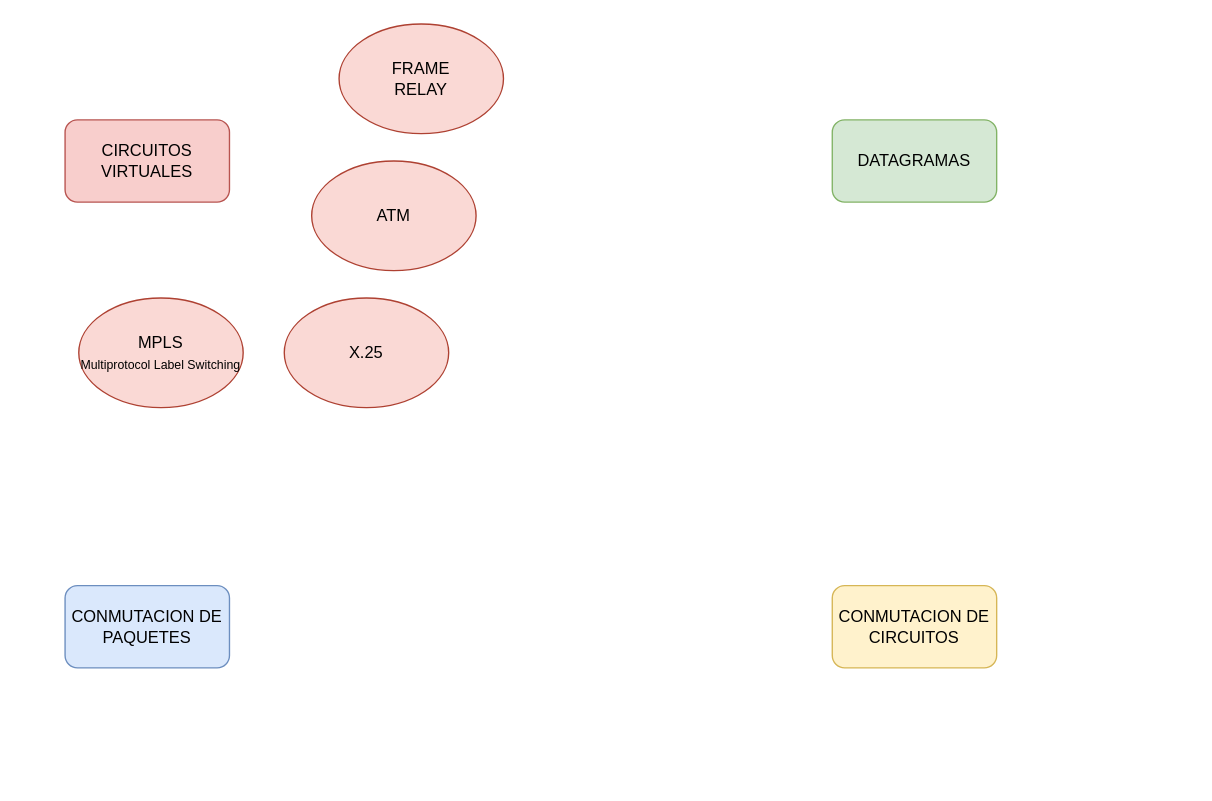
Before: Mapa_Metodosenvio.drawio in mys-josh/DIAGRAMs, a draw.io diagram. Source tidied: cells renumbered, new cells numbered last; positions are measured from the earlier drawing's top-left corner, leaving out a move shared by most shapes. Both pictures are drawn from the tidied source at 137%, with x=0, y=0 at pixel (64, 23).
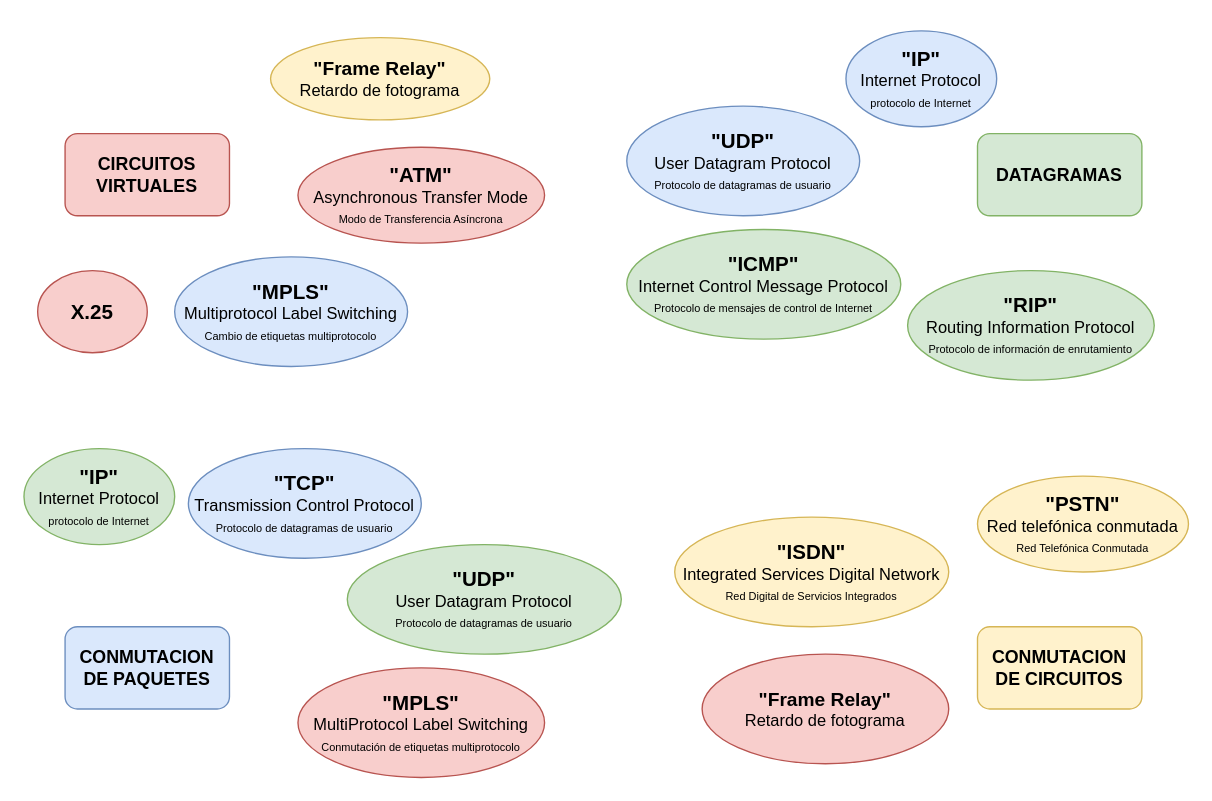
The same page after the edit.

What changed in the source:
```diff
@@
-    <mxCell id="2" value="DATAGRAMAS" style="rounded=1;whiteSpace=wrap;html=1;fillColor=#d5e8d4;strokeColor=#82b366;" parent="1" vertex="1">
-      <mxGeometry x="560" y="70" width="120" height="60" as="geometry" />
+    <mxCell id="2" value="DATAGRAMAS" style="rounded=1;whiteSpace=wrap;html=1;fillColor=#d5e8d4;strokeColor=#82b366;fontStyle=1;fontSize=13;" parent="1" vertex="1">
+      <mxGeometry x="666" y="80" width="120" height="60" as="geometry" />
     </mxCell>
-    <mxCell id="3" value="CIRCUITOS VIRTUALES" style="rounded=1;whiteSpace=wrap;html=1;fillColor=#f8cecc;strokeColor=#b85450;" parent="1" vertex="1">
-      <mxGeometry y="70" width="120" height="60" as="geometry" />
+    <mxCell id="3" value="CIRCUITOS VIRTUALES" style="rounded=1;whiteSpace=wrap;html=1;fillColor=#f8cecc;strokeColor=#b85450;fontStyle=1;fontSize=13;" parent="1" vertex="1">
+      <mxGeometry y="80" width="120" height="60" as="geometry" />
     </mxCell>
-    <mxCell id="4" value="CONMUTACION DE PAQUETES" style="rounded=1;whiteSpace=wrap;html=1;fillColor=#dae8fc;strokeColor=#6c8ebf;" parent="1" vertex="1">
-      <mxGeometry y="410" width="120" height="60" as="geometry" />
+    <mxCell id="4" value="CONMUTACION DE PAQUETES" style="rounded=1;whiteSpace=wrap;html=1;fillColor=#dae8fc;strokeColor=#6c8ebf;fontStyle=1;fontSize=13;" parent="1" vertex="1">
+      <mxGeometry y="440" width="120" height="60" as="geometry" />
     </mxCell>
-    <mxCell id="5" value="CONMUTACION DE CIRCUITOS" style="rounded=1;whiteSpace=wrap;html=1;fillColor=#fff2cc;strokeColor=#d6b656;" parent="1" vertex="1">
-      <mxGeometry x="560" y="410" width="120" height="60" as="geometry" />
+    <mxCell id="5" value="CONMUTACION DE CIRCUITOS" style="rounded=1;whiteSpace=wrap;html=1;fillColor=#fff2cc;strokeColor=#d6b656;fontStyle=1;fontSize=13;" parent="1" vertex="1">
+      <mxGeometry x="666" y="440" width="120" height="60" as="geometry" />
     </mxCell>
-    <mxCell id="6" value="FRAME&lt;br&gt;RELAY" style="ellipse;whiteSpace=wrap;html=1;fillColor=#fad9d5;strokeColor=#ae4132;" parent="1" vertex="1">
-      <mxGeometry x="200" width="120" height="80" as="geometry" />
+    <mxCell id="6" value="&lt;font style=&quot;border-color: var(--border-color); font-size: 14px;&quot;&gt;&lt;b&gt;&quot;Frame Relay&quot;&lt;/b&gt;&lt;/font&gt;&lt;br style=&quot;border-color: var(--border-color);&quot;&gt;&lt;font style=&quot;border-color: var(--border-color);&quot;&gt;Retardo de fotograma&lt;/font&gt;" style="ellipse;whiteSpace=wrap;html=1;fillColor=#fff2cc;strokeColor=#d6b656;" parent="1" vertex="1">
+      <mxGeometry x="150" y="10" width="160" height="60" as="geometry" />
     </mxCell>
-    <mxCell id="7" value="ATM" style="ellipse;whiteSpace=wrap;html=1;fillColor=#fad9d5;strokeColor=#ae4132;" parent="1" vertex="1">
-      <mxGeometry x="180" y="100" width="120" height="80" as="geometry" />
+    <mxCell id="7" value="&lt;font style=&quot;font-size: 15px;&quot;&gt;&lt;b&gt;&quot;ATM&quot;&lt;/b&gt;&lt;br&gt;&lt;/font&gt;Asynchronous Transfer Mode&lt;br&gt;&lt;font style=&quot;font-size: 8px;&quot;&gt;Modo de Transferencia Asíncrona&lt;/font&gt;" style="ellipse;whiteSpace=wrap;html=1;fillColor=#f8cecc;strokeColor=#b85450;" parent="1" vertex="1">
+      <mxGeometry x="170" y="90" width="180" height="70" as="geometry" />
     </mxCell>
-    <mxCell id="8" value="X.25" style="ellipse;whiteSpace=wrap;html=1;fillColor=#fad9d5;strokeColor=#ae4132;" parent="1" vertex="1">
-      <mxGeometry x="160" y="200" width="120" height="80" as="geometry" />
+    <mxCell id="8" value="&lt;b&gt;&lt;font style=&quot;font-size: 15px;&quot;&gt;X.25&lt;/font&gt;&lt;/b&gt;" style="ellipse;whiteSpace=wrap;html=1;fillColor=#f8cecc;strokeColor=#b85450;" parent="1" vertex="1">
+      <mxGeometry x="-20" y="180" width="80" height="60" as="geometry" />
     </mxCell>
-    <mxCell id="9" value="MPLS&lt;br&gt;&lt;font style=&quot;font-size: 9px;&quot;&gt;Multiprotocol Label Switching&lt;br&gt;&lt;/font&gt;" style="ellipse;whiteSpace=wrap;html=1;fillColor=#fad9d5;strokeColor=#ae4132;" parent="1" vertex="1">
-      <mxGeometry x="10" y="200" width="120" height="80" as="geometry" />
+    <mxCell id="9" value="&lt;font style=&quot;font-size: 15px;&quot;&gt;&lt;b&gt;&quot;MPLS&quot;&lt;/b&gt;&lt;br&gt;&lt;/font&gt;&lt;font style=&quot;&quot;&gt;&lt;font style=&quot;font-size: 12px;&quot;&gt;Multiprotocol Label Switching&lt;/font&gt;&lt;br&gt;&lt;font style=&quot;font-size: 8px;&quot;&gt;Cambio de etiquetas multiprotocolo&lt;/font&gt;&lt;br&gt;&lt;/font&gt;" style="ellipse;whiteSpace=wrap;html=1;fillColor=#dae8fc;strokeColor=#6c8ebf;" parent="1" vertex="1">
+      <mxGeometry x="80" y="170" width="170" height="80" as="geometry" />
     </mxCell>
+    <mxCell id="10" value="&lt;b&gt;&lt;font style=&quot;font-size: 15px;&quot;&gt;&quot;IP&quot;&lt;/font&gt;&lt;br&gt;&lt;/b&gt;Internet Protocol&lt;br&gt;&lt;font style=&quot;font-size: 8px;&quot;&gt;protocolo de Internet&lt;/font&gt;" style="ellipse;whiteSpace=wrap;html=1;fillColor=#dae8fc;strokeColor=#6c8ebf;" parent="1" vertex="1">
+      <mxGeometry x="570" y="5" width="110" height="70" as="geometry" />
+    </mxCell>
+    <mxCell id="11" value="&lt;b&gt;&lt;font style=&quot;font-size: 15px;&quot;&gt;&quot;UDP&quot;&lt;/font&gt;&lt;br&gt;&lt;/b&gt;User Datagram Protocol&lt;br&gt;&lt;font style=&quot;font-size: 8px;&quot;&gt;Protocolo de datagramas de usuario&lt;/font&gt;" style="ellipse;whiteSpace=wrap;html=1;fillColor=#dae8fc;strokeColor=#6c8ebf;" parent="1" vertex="1">
+      <mxGeometry x="410" y="60" width="170" height="80" as="geometry" />
+    </mxCell>
+    <mxCell id="12" value="&lt;font size=&quot;1&quot; style=&quot;border-color: var(--border-color);&quot;&gt;&lt;b style=&quot;font-size: 15px;&quot;&gt;&quot;ICMP&quot;&lt;/b&gt;&lt;/font&gt;&lt;br style=&quot;border-color: var(--border-color);&quot;&gt;Internet Control Message Protocol&lt;br style=&quot;border-color: var(--border-color);&quot;&gt;&lt;font style=&quot;border-color: var(--border-color); font-size: 8px;&quot;&gt;Protocolo de mensajes de control de Internet&lt;/font&gt;" style="ellipse;whiteSpace=wrap;html=1;fillColor=#d5e8d4;strokeColor=#82b366;" parent="1" vertex="1">
+      <mxGeometry x="410" y="150" width="200" height="80" as="geometry" />
+    </mxCell>
+    <mxCell id="13" value="&lt;font style=&quot;font-size: 15px;&quot;&gt;&lt;b&gt;&quot;RIP&quot;&lt;br&gt;&lt;/b&gt;&lt;/font&gt;&lt;font style=&quot;&quot;&gt;Routing Information Protocol&lt;br&gt;&lt;font style=&quot;font-size: 8px;&quot;&gt;Protocolo de información de enrutamiento&lt;/font&gt;&lt;br&gt;&lt;/font&gt;" style="ellipse;whiteSpace=wrap;html=1;fillColor=#d5e8d4;strokeColor=#82b366;" parent="1" vertex="1">
+      <mxGeometry x="615" y="180" width="180" height="80" as="geometry" />
+    </mxCell>
+    <mxCell id="14" value="&lt;font size=&quot;1&quot; style=&quot;&quot;&gt;&lt;b style=&quot;font-size: 15px;&quot;&gt;&quot;IP&quot;&lt;/b&gt;&lt;/font&gt;&lt;br&gt;Internet Protocol&lt;br&gt;&lt;font style=&quot;font-size: 8px;&quot;&gt;protocolo de Internet&lt;/font&gt;" style="ellipse;whiteSpace=wrap;html=1;fillColor=#d5e8d4;strokeColor=#82b366;" parent="1" vertex="1">
+      <mxGeometry x="-30" y="310" width="110" height="70" as="geometry" />
+    </mxCell>
+    <mxCell id="15" value="&lt;b&gt;&lt;font style=&quot;font-size: 15px;&quot;&gt;&quot;TCP&quot;&lt;/font&gt;&lt;br&gt;&lt;/b&gt;Transmission Control Protocol&lt;br&gt;&lt;font style=&quot;font-size: 8px;&quot;&gt;Protocolo de datagramas de usuario&lt;/font&gt;" style="ellipse;whiteSpace=wrap;html=1;fillColor=#dae8fc;strokeColor=#6c8ebf;" parent="1" vertex="1">
+      <mxGeometry x="90" y="310" width="170" height="80" as="geometry" />
+    </mxCell>
+    <mxCell id="16" value="&lt;font style=&quot;font-size: 15px;&quot;&gt;&lt;font style=&quot;border-color: var(--border-color); font-size: 15px;&quot;&gt;&lt;b style=&quot;&quot;&gt;&quot;UDP&quot;&lt;/b&gt;&lt;/font&gt;&lt;br style=&quot;border-color: var(--border-color);&quot;&gt;&lt;/font&gt;User Datagram Protocol&lt;br style=&quot;border-color: var(--border-color);&quot;&gt;&lt;font style=&quot;border-color: var(--border-color); font-size: 8px;&quot;&gt;Protocolo de datagramas de usuario&lt;/font&gt;" style="ellipse;whiteSpace=wrap;html=1;fillColor=#d5e8d4;strokeColor=#82b366;" parent="1" vertex="1">
+      <mxGeometry x="206" y="380" width="200" height="80" as="geometry" />
+    </mxCell>
+    <mxCell id="17" value="&lt;b&gt;&lt;font style=&quot;font-size: 15px;&quot;&gt;&quot;MPLS&quot;&lt;/font&gt;&lt;br&gt;&lt;/b&gt;&lt;font style=&quot;&quot;&gt;MultiProtocol Label Switching&lt;br&gt;&lt;font style=&quot;font-size: 8px;&quot;&gt;Conmutación de etiquetas multiprotocolo&lt;/font&gt;&lt;br&gt;&lt;/font&gt;" style="ellipse;whiteSpace=wrap;html=1;fillColor=#f8cecc;strokeColor=#b85450;" parent="1" vertex="1">
+      <mxGeometry x="170" y="470" width="180" height="80" as="geometry" />
+    </mxCell>
+    <mxCell id="18" value="&lt;font style=&quot;font-size: 14px;&quot;&gt;&lt;b&gt;&quot;Frame Relay&quot;&lt;/b&gt;&lt;/font&gt;&lt;br&gt;&lt;font style=&quot;&quot;&gt;Retardo de fotograma&lt;br&gt;&lt;/font&gt;" style="ellipse;whiteSpace=wrap;html=1;fillColor=#f8cecc;strokeColor=#b85450;" parent="1" vertex="1">
+      <mxGeometry x="465" y="460" width="180" height="80" as="geometry" />
+    </mxCell>
+    <mxCell id="19" value="&lt;font style=&quot;font-size: 15px;&quot;&gt;&lt;font style=&quot;border-color: var(--border-color); font-size: 15px;&quot;&gt;&lt;b style=&quot;&quot;&gt;&quot;ISDN&quot;&lt;/b&gt;&lt;/font&gt;&lt;br style=&quot;border-color: var(--border-color);&quot;&gt;&lt;/font&gt;Integrated Services Digital Network&lt;br style=&quot;border-color: var(--border-color);&quot;&gt;&lt;font style=&quot;border-color: var(--border-color); font-size: 8px;&quot;&gt;Red Digital de Servicios Integrados&lt;/font&gt;" style="ellipse;whiteSpace=wrap;html=1;fillColor=#fff2cc;strokeColor=#d6b656;" parent="1" vertex="1">
+      <mxGeometry x="445" y="360" width="200" height="80" as="geometry" />
+    </mxCell>
+    <mxCell id="20" value="&lt;font size=&quot;1&quot; style=&quot;&quot;&gt;&lt;b style=&quot;font-size: 15px;&quot;&gt;&quot;PSTN&quot;&lt;/b&gt;&lt;/font&gt;&lt;br&gt;Red telefónica conmutada&lt;br&gt;&lt;font style=&quot;font-size: 8px;&quot;&gt;Red Telefónica Conmutada&lt;/font&gt;" style="ellipse;whiteSpace=wrap;html=1;fillColor=#fff2cc;strokeColor=#d6b656;" parent="1" vertex="1">
+      <mxGeometry x="666" y="330" width="154" height="70" as="geometry" />
+    </mxCell>
```
